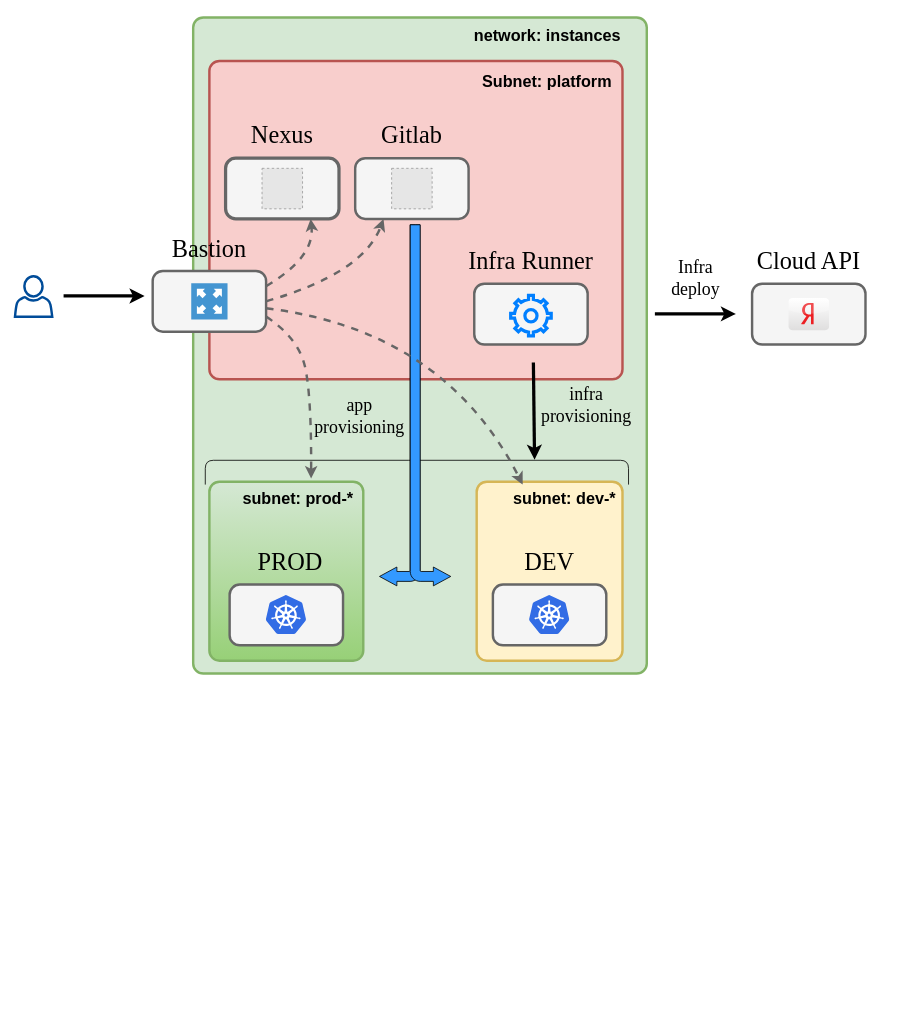
The draw.io diagram docs/scheme.drawio in Kraktorist/build-stack, before the edit. Source tidied: cells renumbered, new cells numbered last; positions are measured from the earlier drawing's top-left corner, leaving out a move shared by most shapes. Both pictures are drawn from the tidied source at 81%, with x=0, y=0 at pixel (15, 14). Pictures stored in the file or linked from it are replaced by grey dashed boxes.
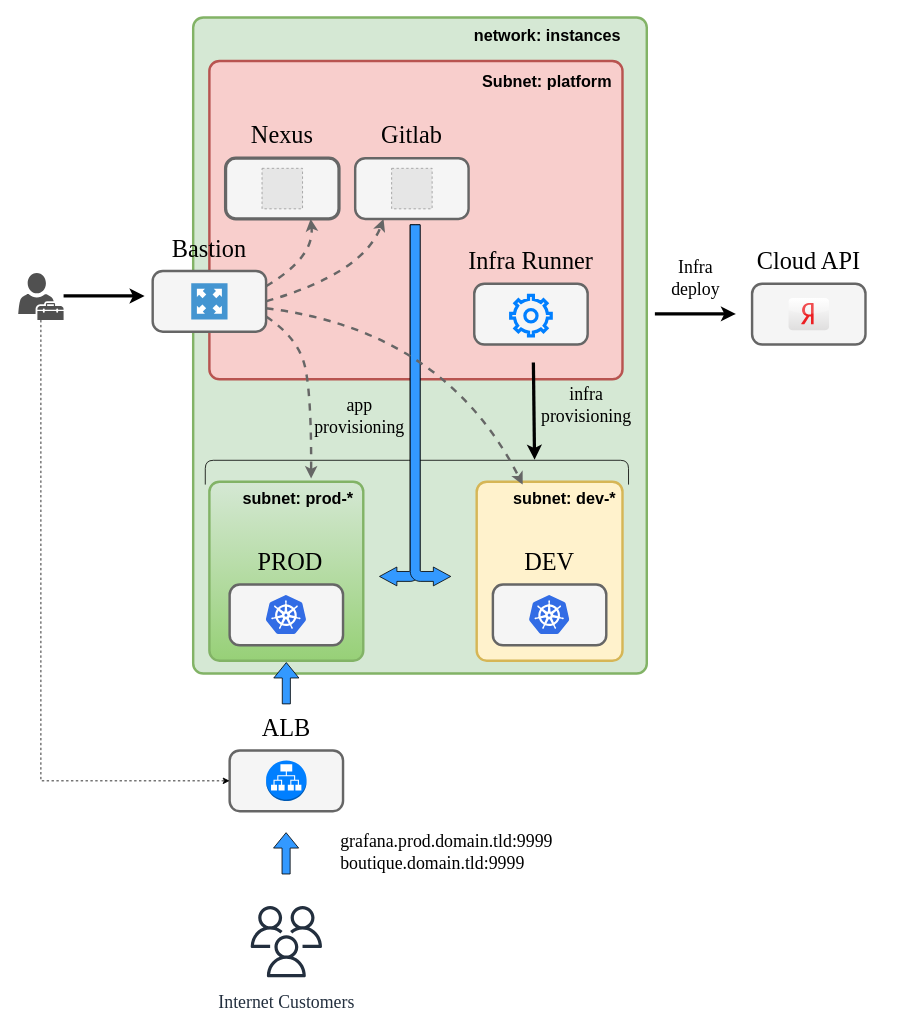
After the change.

Commit message (it also covers changes not shown here):
docs scheme adding ALB

The edit, as a diff of the source:
```diff
@@
-    <mxCell id="6" style="sketch=0;shadow=0;dashed=0;html=1;strokeColor=#004C99;fillColor=none;labelPosition=center;verticalLabelPosition=bottom;verticalAlign=top;align=center;shape=mxgraph.office.users.user;strokeWidth=3;" parent="1" vertex="1">
-      <mxGeometry y="323.6" width="46" height="50" as="geometry" />
-    </mxCell>
@@
+    <mxCell id="60" style="group;" parent="1" vertex="1">
+      <mxGeometry x="265" y="852" width="180" height="132" as="geometry" />
+    </mxCell>
+    <mxCell id="61" style="group;" parent="60" vertex="1">
+      <mxGeometry y="57" width="140" height="75" as="geometry" />
+    </mxCell>
+    <mxCell id="62" style="rounded=1;fontSize=26;arcSize=25;absoluteArcSize=1;fillColor=#f5f5f5;fontColor=#000000;strokeColor=#666666;align=right;fontStyle=1;verticalAlign=middle;horizontal=1;html=1;whiteSpace=wrap;fontFamily=Times New Roman;spacingRight=14;spacingBottom=10;strokeWidth=3;" parent="61" vertex="1">
+      <mxGeometry width="140" height="75" as="geometry" />
+    </mxCell>
+    <mxCell id="63" style="dashed=0;verticalLabelPosition=bottom;verticalAlign=top;align=center;html=1;shape=mxgraph.aws3.application_load_balancer;fillColor=#007FFF;gradientColor=none;" parent="61" vertex="1">
+      <mxGeometry x="45" y="12.5" width="50" height="50" as="geometry" />
+    </mxCell>
+    <mxCell id="64" value="ALB" style="text;html=1;strokeColor=none;fillColor=none;align=center;verticalAlign=middle;whiteSpace=wrap;rounded=0;labelBackgroundColor=none;sketch=0;strokeWidth=4;fontFamily=Times New Roman;fontSize=30;fontColor=default;" parent="60" vertex="1">
+      <mxGeometry x="15" width="110" height="57" as="geometry" />
+    </mxCell>
+    <mxCell id="65" style="shape=flexArrow;endArrow=classic;html=1;rounded=0;strokeColor=#000000;fillColor=#3399FF;" parent="1" edge="1" source="64">
+      <mxGeometry relative="1" as="geometry">
+        <mxPoint x="335" y="800" as="targetPoint" />
+      </mxGeometry>
+    </mxCell>
+    <mxCell id="66" value="grafana.prod.domain.tld:9999&lt;br&gt;boutique.domain.tld:9999" style="text;html=1;align=left;verticalAlign=middle;strokeColor=none;fillColor=none;fontSize=22;fontFamily=Times New Roman;fontColor=default;" parent="1" vertex="1">
+      <mxGeometry x="400" y="1000" width="290" height="70" as="geometry" />
+    </mxCell>
+    <mxCell id="67" style="edgeStyle=orthogonalEdgeStyle;rounded=0;jettySize=auto;html=1;entryX=0;entryY=0.5;entryDx=0;entryDy=0;dashed=1;strokeColor=#000000;fontFamily=Times New Roman;fontSize=22;fillColor=#3399FF;" parent="1" edge="1" source="68" target="62">
+      <mxGeometry relative="1" as="geometry">
+        <Array as="points">
+          <mxPoint x="32" y="947" />
+          <mxPoint x="265" y="947" />
+        </Array>
+      </mxGeometry>
+    </mxCell>
+    <mxCell id="68" style="sketch=0;shadow=0;dashed=0;html=1;strokeColor=none;fillColor=#505050;labelPosition=center;verticalLabelPosition=bottom;verticalAlign=top;outlineConnect=0;align=center;shape=mxgraph.office.users.tenant_admin;" parent="1" vertex="1">
+      <mxGeometry x="4" y="319.6" width="56" height="58" as="geometry" />
+    </mxCell>
+    <mxCell id="69" value="Internet Customers&lt;br style=&quot;font-size: 22px;&quot;&gt;" style="sketch=0;fontColor=#232F3E;gradientColor=none;strokeColor=#232F3E;fillColor=#ffffff;dashed=0;verticalLabelPosition=bottom;verticalAlign=top;align=center;html=1;fontSize=22;fontStyle=0;shape=mxgraph.aws4.resourceIcon;resIcon=mxgraph.aws4.users;fontFamily=Times New Roman;" parent="1" vertex="1">
+      <mxGeometry x="280" y="1090" width="110" height="110" as="geometry" />
+    </mxCell>
+    <mxCell id="70" style="shape=flexArrow;endArrow=classic;html=1;rounded=0;strokeColor=#000000;fillColor=#3399FF;" parent="1" edge="1">
+      <mxGeometry relative="1" as="geometry">
+        <mxPoint x="334.7" y="1062" as="sourcePoint" />
+        <mxPoint x="334.7" y="1010" as="targetPoint" />
+      </mxGeometry>
+    </mxCell>
```
